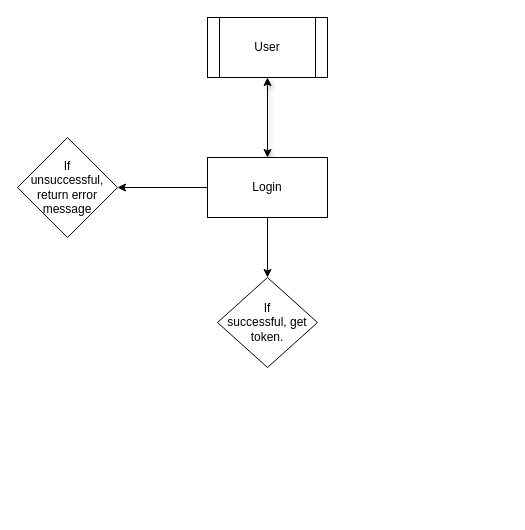
megamsquare/weeshr_assess keeps this draw.io diagram as plan/auith/auth.drawio. Above is the earlier version. Source tidied: cells renumbered, new cells numbered last; positions are measured from the earlier drawing's top-left corner, leaving out a move shared by most shapes. Both pictures are drawn from the tidied source at 100%, with x=0, y=0 at pixel (17, 17).
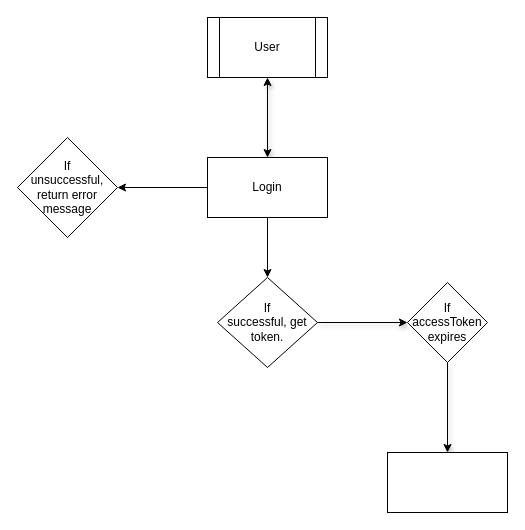
Above is the later version.

Commit message:
design for login modified for refresh token

The edit, as a diff of the source:
```diff
@@
 <mxGraphModel>
   <root>
     <mxCell id="0" />
     <mxCell id="1" parent="0" />
     <mxCell id="2" style="html=1;jumpStyle=none;shadow=1;startArrow=classic;startFill=1;" parent="1" edge="1" source="3" target="6">
       <mxGeometry relative="1" as="geometry" />
     </mxCell>
     <mxCell id="3" value="User" style="shape=process;whiteSpace=wrap;html=1;backgroundOutline=1;" parent="1" vertex="1">
       <mxGeometry x="190" width="120" height="60" as="geometry" />
     </mxCell>
     <mxCell id="4" style="edgeStyle=none;html=1;" parent="1" edge="1" source="6" target="7">
       <mxGeometry relative="1" as="geometry" />
     </mxCell>
     <mxCell id="5" style="edgeStyle=none;html=1;" parent="1" edge="1" source="6" target="8">
       <mxGeometry relative="1" as="geometry" />
     </mxCell>
     <mxCell id="6" value="Login" style="whiteSpace=wrap;html=1;" parent="1" vertex="1">
       <mxGeometry x="190" y="140" width="120" height="60" as="geometry" />
     </mxCell>
+    <mxCell id="9" style="edgeStyle=none;jumpStyle=none;html=1;shadow=1;startArrow=none;startFill=0;" parent="1" edge="1" source="7" target="11">
+      <mxGeometry relative="1" as="geometry" />
+    </mxCell>
     <mxCell id="7" value="If&lt;br&gt;successful, get&lt;br&gt;token." style="rhombus;whiteSpace=wrap;html=1;" parent="1" vertex="1">
       <mxGeometry x="200" y="260" width="100" height="90" as="geometry" />
     </mxCell>
     <mxCell id="8" value="If&lt;br&gt;unsuccessful, return error message" style="rhombus;whiteSpace=wrap;html=1;" parent="1" vertex="1">
       <mxGeometry y="120" width="100" height="100" as="geometry" />
     </mxCell>
+    <mxCell id="10" style="edgeStyle=none;jumpStyle=none;html=1;shadow=1;startArrow=none;startFill=0;" parent="1" edge="1" source="11" target="12">
+      <mxGeometry relative="1" as="geometry" />
+    </mxCell>
+    <mxCell id="11" value="If accessToken expires" style="rhombus;whiteSpace=wrap;html=1;" parent="1" vertex="1">
+      <mxGeometry x="390" y="265" width="80" height="80" as="geometry" />
+    </mxCell>
+    <mxCell id="12" style="whiteSpace=wrap;html=1;" parent="1" vertex="1">
+      <mxGeometry x="370" y="435" width="120" height="60" as="geometry" />
+    </mxCell>
   </root>
 </mxGraphModel>
```
